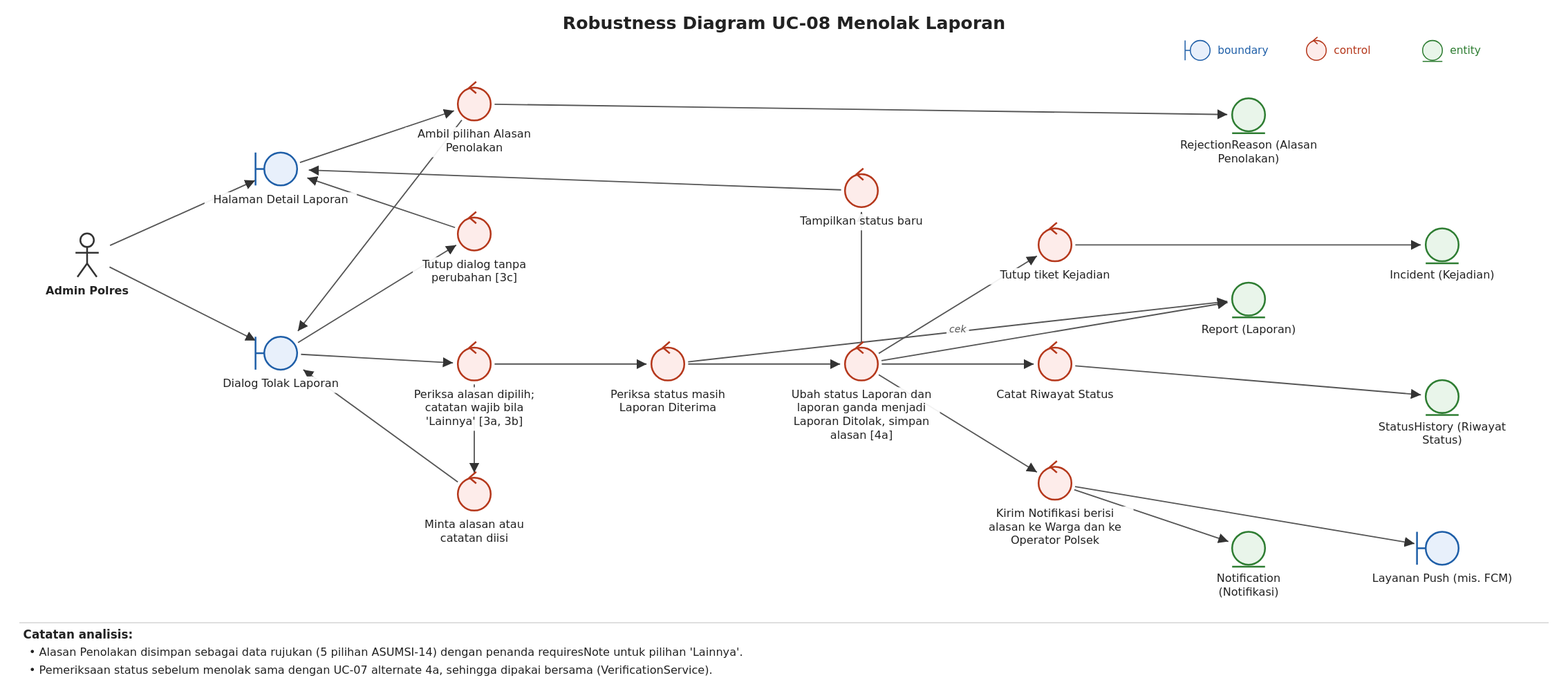
This is specs/006-uc08-reject-report/iconix/uc08-robustness.svg from wirapatigilang/laporapi-api-web, a PlantUML export, as it was before one commit. Its source is kept beside it as specs/006-uc08-reject-report/iconix/uc08-robustness.puml.
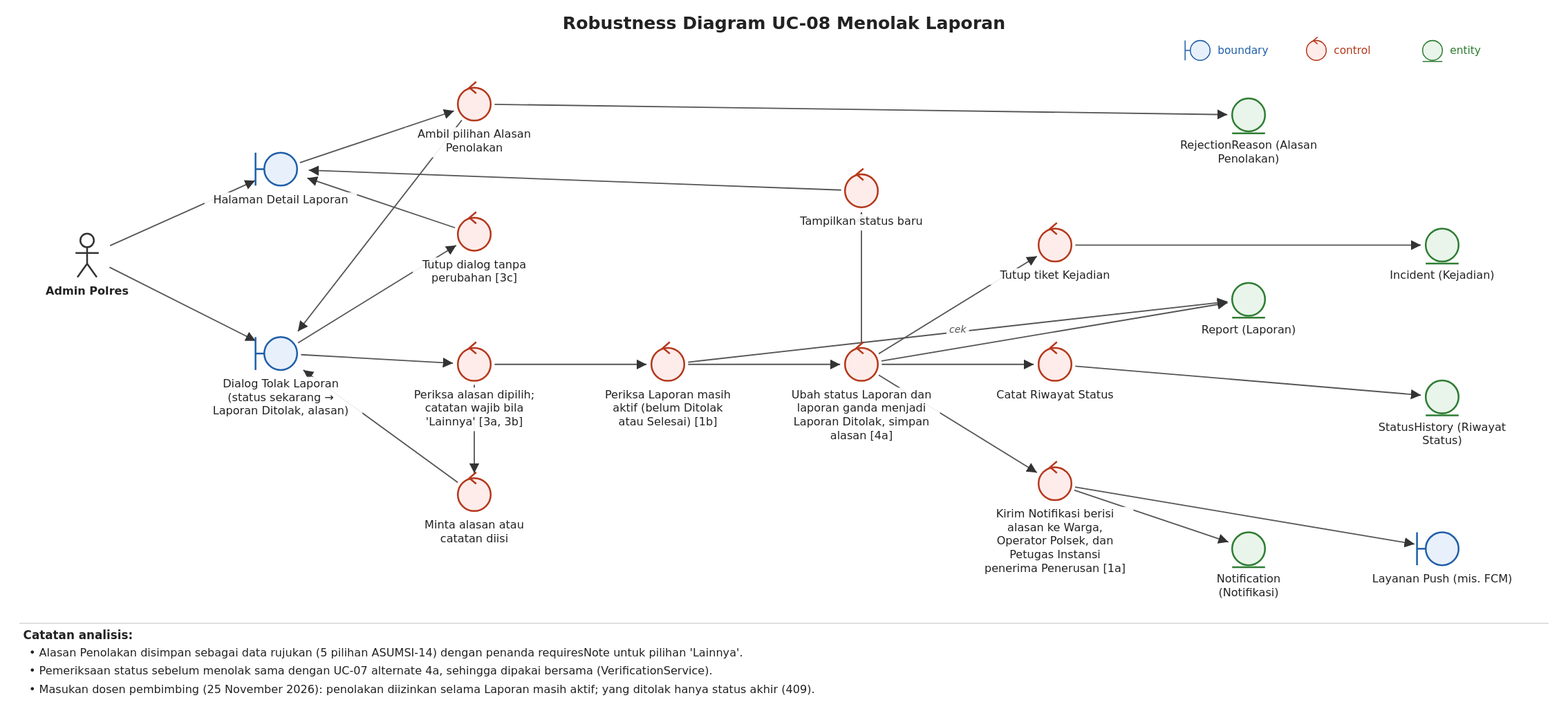
The same file after the commit.

Commit message:
Perbarui diagram robustness dan sequence UC-08 dan UC-12 sesuai masukan dosen

What changed in the source:
```diff
@@ -3,16 +3,16 @@
 title Robustness Diagram UC-08 Menolak Laporan
 actor "Admin Polres" as adm
 boundary "Halaman Detail Laporan" as bDetail
-boundary "Dialog Tolak Laporan" as bTolak
+boundary "Dialog Tolak Laporan (status sekarang → Laporan Ditolak, alasan)" as bTolak
 control "Ambil pilihan Alasan Penolakan" as cAlasan
 control "Tutup dialog tanpa perubahan [3c]" as cBatal
 control "Periksa alasan dipilih; catatan wajib bila 'Lainnya' [3a, 3b]" as cWajib
 control "Minta alasan atau catatan diisi" as cErr
-control "Periksa status masih Laporan Diterima" as cStatus
+control "Periksa Laporan masih aktif (belum Ditolak atau Selesai) [1b]" as cStatus
 control "Ubah status Laporan dan laporan ganda menjadi Laporan Ditolak, simpan alasan [4a]" as cUbah
 control "Tutup tiket Kejadian" as cTutup
 control "Catat Riwayat Status" as cRiwayat
-control "Kirim Notifikasi berisi alasan ke Warga dan ke Operator Polsek" as cNotif
+control "Kirim Notifikasi berisi alasan ke Warga, Operator Polsek, dan Petugas Instansi penerima Penerusan [1a]" as cNotif
 control "Tampilkan status baru" as cTampil
 entity "RejectionReason (Alasan Penolakan)" as eAlasan
 entity "Incident (Kejadian)" as eKejadian
```
